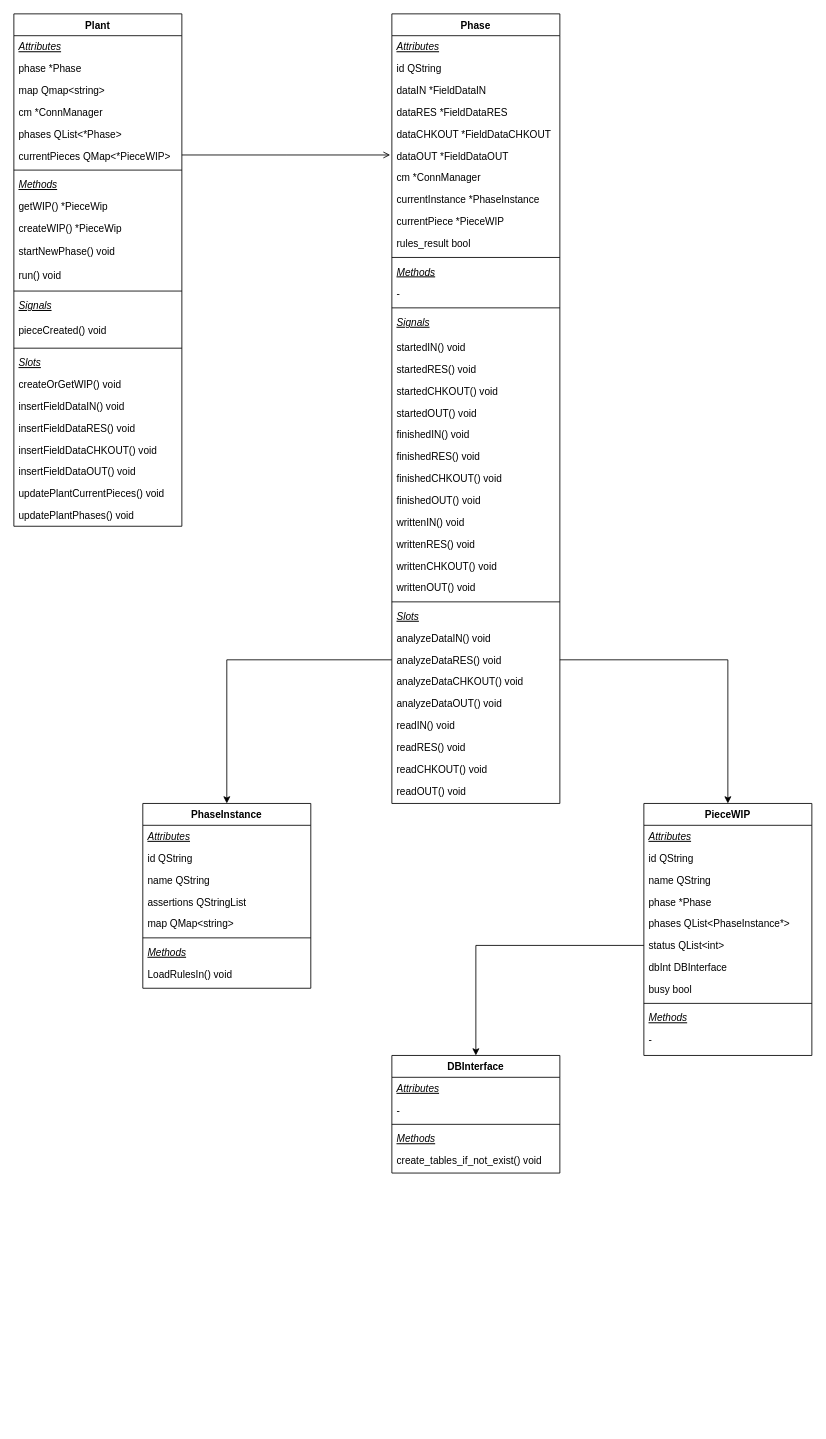
maius91/maius91 keeps this draw.io diagram as Untitled Diagram.drawio. Above is the earlier version. Source tidied: cells renumbered, new cells numbered last; positions are measured from the earlier drawing's top-left corner, leaving out a move shared by most shapes. Both pictures are drawn from the tidied source at 84%, with x=0, y=0 at pixel (13, 13).
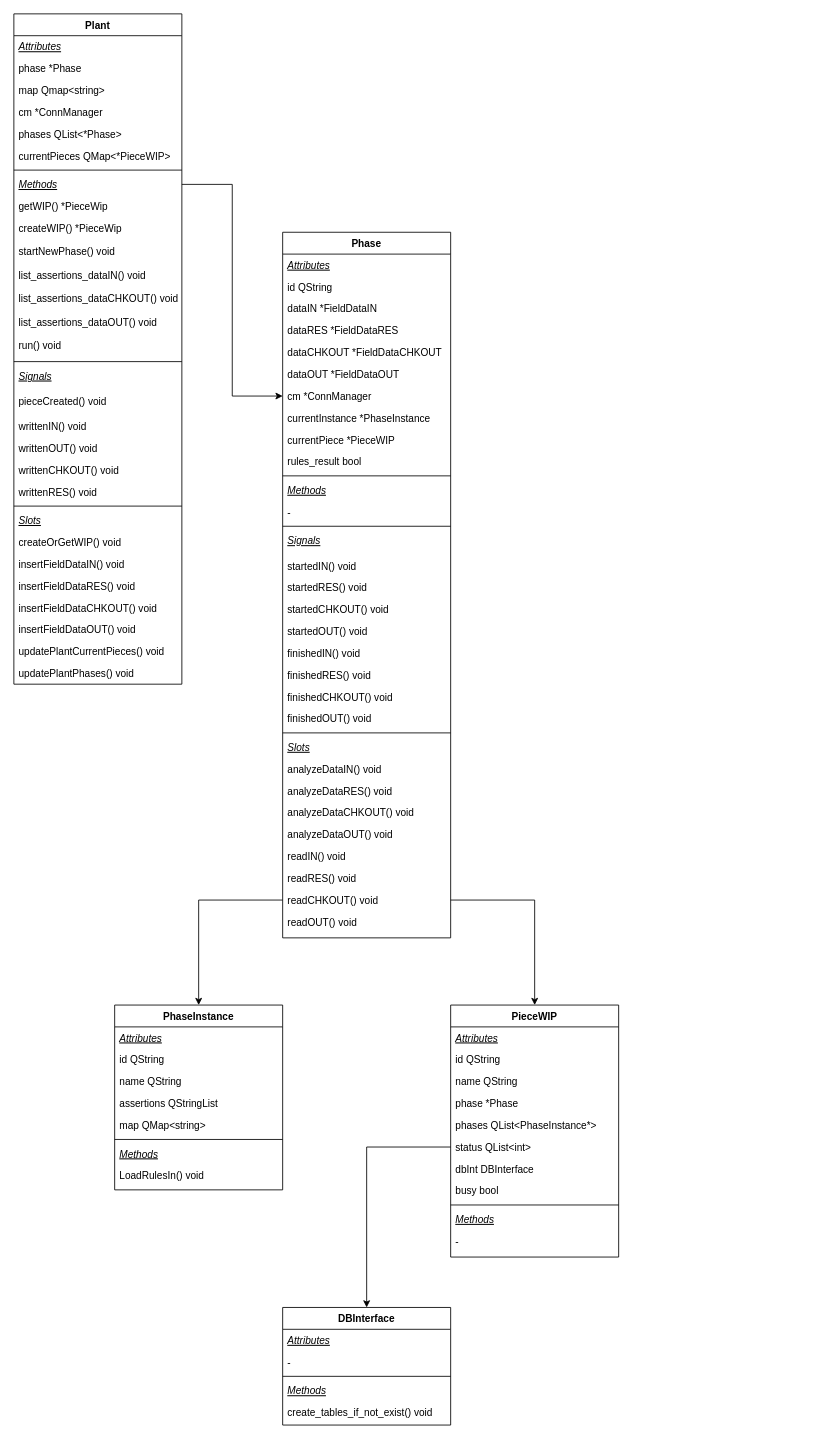
The same diagram, later.

The change refers to these unchanged cells:
```xml
<mxCell id="10" value="Methods" style="text;align=left;verticalAlign=top;spacingLeft=4;spacingRight=4;overflow=hidden;points=[[0,0.5],[1,0.5]];portConstraint=eastwest;fontStyle=6;" parent="2" vertex="1">
  <mxGeometry y="190" width="200" height="26" as="geometry" />
</mxCell>
<mxCell id="35" value="cm *ConnManager" style="text;align=left;verticalAlign=top;spacingLeft=4;spacingRight=4;overflow=hidden;points=[[0,0.5],[1,0.5]];portConstraint=eastwest;rounded=0;shadow=0;html=0;" parent="28" vertex="1">
  <mxGeometry y="182" width="200" height="26" as="geometry" />
</mxCell>
```

What changed in the source:
```diff
@@
     <mxCell id="2" value="Plant" style="swimlane;fontStyle=1;align=center;verticalAlign=top;horizontal=1;startSize=26;rounded=0;shadow=0;strokeWidth=1;" parent="1" vertex="1">
-      <mxGeometry width="200" height="610" as="geometry" />
+      <mxGeometry width="200" height="798" as="geometry" />
     </mxCell>
@@
+    <mxCell id="96" value="list_assertions_dataIN() void" style="text;align=left;verticalAlign=top;spacingLeft=4;spacingRight=4;overflow=hidden;" parent="2" vertex="1">
+      <mxGeometry y="298" width="200" height="28" as="geometry" />
+    </mxCell>
+    <mxCell id="97" value="list_assertions_dataCHKOUT() void" style="text;align=left;verticalAlign=top;spacingLeft=4;spacingRight=4;overflow=hidden;" parent="2" vertex="1">
+      <mxGeometry y="326" width="200" height="28" as="geometry" />
+    </mxCell>
+    <mxCell id="98" value="list_assertions_dataOUT() void" style="text;align=left;verticalAlign=top;spacingLeft=4;spacingRight=4;overflow=hidden;" parent="2" vertex="1">
+      <mxGeometry y="354" width="200" height="28" as="geometry" />
+    </mxCell>
     <mxCell id="14" value="run() void" style="text;align=left;verticalAlign=top;spacingLeft=4;spacingRight=4;overflow=hidden;" parent="2" vertex="1">
-      <mxGeometry y="298" width="200" height="28" as="geometry" />
+      <mxGeometry y="382" width="200" height="28" as="geometry" />
     </mxCell>
     <mxCell id="15" style="line;html=1;strokeWidth=1;align=left;verticalAlign=middle;spacingTop=-1;spacingLeft=3;spacingRight=3;labelPosition=right;" parent="2" vertex="1">
-      <mxGeometry y="326" width="200" height="8" as="geometry" />
+      <mxGeometry y="410" width="200" height="8" as="geometry" />
     </mxCell>
     <mxCell id="16" value="Signals" style="text;align=left;verticalAlign=top;spacingLeft=4;spacingRight=4;overflow=hidden;fontStyle=6;" parent="2" vertex="1">
-      <mxGeometry y="334" width="200" height="30" as="geometry" />
+      <mxGeometry y="418" width="200" height="30" as="geometry" />
     </mxCell>
     <mxCell id="17" value="pieceCreated() void" style="text;align=left;verticalAlign=top;spacingLeft=4;spacingRight=4;overflow=hidden;fontStyle=0;" parent="2" vertex="1">
-      <mxGeometry y="364" width="200" height="30" as="geometry" />
+      <mxGeometry y="448" width="200" height="30" as="geometry" />
     </mxCell>
+    <mxCell id="52" value="writtenIN() void" style="text;align=left;verticalAlign=middle;spacingLeft=4;spacingRight=4;overflow=hidden;fontStyle=0;" parent="2" vertex="1">
+      <mxGeometry y="478" width="200" height="26" as="geometry" />
+    </mxCell>
+    <mxCell id="55" value="writtenOUT() void" style="text;align=left;verticalAlign=middle;spacingLeft=4;spacingRight=4;overflow=hidden;fontStyle=0;" parent="2" vertex="1">
+      <mxGeometry y="504" width="200" height="26" as="geometry" />
+    </mxCell>
+    <mxCell id="54" value="writtenCHKOUT() void" style="text;align=left;verticalAlign=middle;spacingLeft=4;spacingRight=4;overflow=hidden;fontStyle=0;" parent="2" vertex="1">
+      <mxGeometry y="530" width="200" height="26" as="geometry" />
+    </mxCell>
+    <mxCell id="53" value="writtenRES() void" style="text;align=left;verticalAlign=middle;spacingLeft=4;spacingRight=4;overflow=hidden;fontStyle=0;" parent="2" vertex="1">
+      <mxGeometry y="556" width="200" height="26" as="geometry" />
+    </mxCell>
     <mxCell id="18" style="line;html=1;strokeWidth=1;align=left;verticalAlign=middle;spacingTop=-1;spacingLeft=3;spacingRight=3;labelPosition=right;" parent="2" vertex="1">
-      <mxGeometry y="394" width="200" height="8" as="geometry" />
+      <mxGeometry y="582" width="200" height="8" as="geometry" />
     </mxCell>
     <mxCell id="19" value="Slots" style="text;align=left;verticalAlign=top;spacingLeft=4;spacingRight=4;overflow=hidden;fontStyle=6;" parent="2" vertex="1">
-      <mxGeometry y="402" width="200" height="26" as="geometry" />
+      <mxGeometry y="590" width="200" height="26" as="geometry" />
     </mxCell>
     <mxCell id="20" value="createOrGetWIP() void" style="text;align=left;verticalAlign=top;spacingLeft=4;spacingRight=4;overflow=hidden;fontStyle=0;" parent="2" vertex="1">
-      <mxGeometry y="428" width="200" height="26" as="geometry" />
+      <mxGeometry y="616" width="200" height="26" as="geometry" />
     </mxCell>
     <mxCell id="21" value="insertFieldDataIN() void" style="text;align=left;verticalAlign=top;spacingLeft=4;spacingRight=4;overflow=hidden;fontStyle=0;" parent="2" vertex="1">
-      <mxGeometry y="454" width="200" height="26" as="geometry" />
+      <mxGeometry y="642" width="200" height="26" as="geometry" />
     </mxCell>
     <mxCell id="22" value="insertFieldDataRES() void" style="text;align=left;verticalAlign=top;spacingLeft=4;spacingRight=4;overflow=hidden;fontStyle=0;" parent="2" vertex="1">
-      <mxGeometry y="480" width="200" height="26" as="geometry" />
+      <mxGeometry y="668" width="200" height="26" as="geometry" />
     </mxCell>
     <mxCell id="23" value="insertFieldDataCHKOUT() void" style="text;align=left;verticalAlign=top;spacingLeft=4;spacingRight=4;overflow=hidden;fontStyle=0;" parent="2" vertex="1">
-      <mxGeometry y="506" width="200" height="26" as="geometry" />
+      <mxGeometry y="694" width="200" height="26" as="geometry" />
     </mxCell>
     <mxCell id="24" value="insertFieldDataOUT() void" style="text;align=left;verticalAlign=top;spacingLeft=4;spacingRight=4;overflow=hidden;fontStyle=0;" parent="2" vertex="1">
-      <mxGeometry y="532" width="200" height="26" as="geometry" />
+      <mxGeometry y="720" width="200" height="26" as="geometry" />
     </mxCell>
     <mxCell id="25" value="updatePlantCurrentPieces() void" style="text;align=left;verticalAlign=top;spacingLeft=4;spacingRight=4;overflow=hidden;fontStyle=0;" parent="2" vertex="1">
-      <mxGeometry y="558" width="200" height="26" as="geometry" />
+      <mxGeometry y="746" width="200" height="26" as="geometry" />
     </mxCell>
     <mxCell id="26" value="updatePlantPhases() void" style="text;align=left;verticalAlign=top;spacingLeft=4;spacingRight=4;overflow=hidden;fontStyle=0;" parent="2" vertex="1">
-      <mxGeometry y="584" width="200" height="26" as="geometry" />
+      <mxGeometry y="772" width="200" height="26" as="geometry" />
     </mxCell>
-    <mxCell id="27" style="endArrow=open;shadow=0;strokeWidth=1;rounded=0;endFill=1;edgeStyle=elbowEdgeStyle;elbow=vertical;" parent="1" edge="1" source="2">
-      <mxGeometry x="0.5" y="41" relative="1" as="geometry">
-        <mxPoint x="448" y="168" as="targetPoint" />
-        <mxPoint x="-40" y="32" as="offset" />
-      </mxGeometry>
-    </mxCell>
     <mxCell id="28" value="Phase" style="swimlane;fontStyle=1;align=center;verticalAlign=top;horizontal=1;startSize=26;rounded=0;shadow=0;strokeWidth=1;" parent="1" vertex="1">
-      <mxGeometry x="450" width="200" height="940" as="geometry" />
+      <mxGeometry x="320" y="260" width="200" height="840" as="geometry" />
     </mxCell>
@@
-    <mxCell id="52" value="writtenIN() void" style="text;align=left;verticalAlign=middle;spacingLeft=4;spacingRight=4;overflow=hidden;fontStyle=0;" parent="28" vertex="1">
-      <mxGeometry y="592" width="200" height="26" as="geometry" />
-    </mxCell>
-    <mxCell id="53" value="writtenRES() void" style="text;align=left;verticalAlign=middle;spacingLeft=4;spacingRight=4;overflow=hidden;fontStyle=0;" parent="28" vertex="1">
-      <mxGeometry y="618" width="200" height="26" as="geometry" />
-    </mxCell>
-    <mxCell id="54" value="writtenCHKOUT() void" style="text;align=left;verticalAlign=middle;spacingLeft=4;spacingRight=4;overflow=hidden;fontStyle=0;" parent="28" vertex="1">
-      <mxGeometry y="644" width="200" height="26" as="geometry" />
-    </mxCell>
-    <mxCell id="55" value="writtenOUT() void" style="text;align=left;verticalAlign=middle;spacingLeft=4;spacingRight=4;overflow=hidden;fontStyle=0;" parent="28" vertex="1">
-      <mxGeometry y="670" width="200" height="26" as="geometry" />
-    </mxCell>
     <mxCell id="56" style="line;html=1;strokeWidth=1;align=left;verticalAlign=middle;spacingTop=-1;spacingLeft=3;spacingRight=3;labelPosition=right;" parent="28" vertex="1">
-      <mxGeometry y="696" width="200" height="8" as="geometry" />
+      <mxGeometry y="592" width="200" height="8" as="geometry" />
     </mxCell>
     <mxCell id="57" value="Slots" style="text;align=left;verticalAlign=top;spacingLeft=4;spacingRight=4;overflow=hidden;fontStyle=6;" parent="28" vertex="1">
-      <mxGeometry y="704" width="200" height="26" as="geometry" />
+      <mxGeometry y="600" width="200" height="26" as="geometry" />
     </mxCell>
     <mxCell id="58" value="analyzeDataIN() void" style="text;align=left;verticalAlign=top;spacingLeft=4;spacingRight=4;overflow=hidden;fontStyle=0;" parent="28" vertex="1">
-      <mxGeometry y="730" width="200" height="26" as="geometry" />
+      <mxGeometry y="626" width="200" height="26" as="geometry" />
     </mxCell>
     <mxCell id="59" value="analyzeDataRES() void" style="text;align=left;verticalAlign=top;spacingLeft=4;spacingRight=4;overflow=hidden;points=[[0,0.5],[1,0.5]];portConstraint=eastwest;fontStyle=0;" parent="28" vertex="1">
-      <mxGeometry y="756" width="200" height="26" as="geometry" />
+      <mxGeometry y="652" width="200" height="26" as="geometry" />
     </mxCell>
     <mxCell id="60" value="analyzeDataCHKOUT() void" style="text;align=left;verticalAlign=top;spacingLeft=4;spacingRight=4;overflow=hidden;fontStyle=0;" parent="28" vertex="1">
-      <mxGeometry y="782" width="200" height="26" as="geometry" />
+      <mxGeometry y="678" width="200" height="26" as="geometry" />
     </mxCell>
     <mxCell id="61" value="analyzeDataOUT() void" style="text;align=left;verticalAlign=top;spacingLeft=4;spacingRight=4;overflow=hidden;fontStyle=0;" parent="28" vertex="1">
-      <mxGeometry y="808" width="200" height="26" as="geometry" />
+      <mxGeometry y="704" width="200" height="26" as="geometry" />
     </mxCell>
     <mxCell id="62" value="readIN() void" style="text;align=left;verticalAlign=top;spacingLeft=4;spacingRight=4;overflow=hidden;fontStyle=0;" parent="28" vertex="1">
-      <mxGeometry y="834" width="200" height="26" as="geometry" />
+      <mxGeometry y="730" width="200" height="26" as="geometry" />
     </mxCell>
     <mxCell id="63" value="readRES() void" style="text;align=left;verticalAlign=top;spacingLeft=4;spacingRight=4;overflow=hidden;fontStyle=0;" parent="28" vertex="1">
-      <mxGeometry y="860" width="200" height="26" as="geometry" />
+      <mxGeometry y="756" width="200" height="26" as="geometry" />
     </mxCell>
     <mxCell id="64" value="readCHKOUT() void" style="text;align=left;verticalAlign=top;spacingLeft=4;spacingRight=4;overflow=hidden;points=[[0,0.5],[1,0.5]];portConstraint=eastwest;fontStyle=0;" parent="28" vertex="1">
-      <mxGeometry y="886" width="200" height="26" as="geometry" />
+      <mxGeometry y="782" width="200" height="26" as="geometry" />
     </mxCell>
     <mxCell id="65" value="readOUT() void" style="text;align=left;verticalAlign=top;spacingLeft=4;spacingRight=4;overflow=hidden;fontStyle=0;" parent="28" vertex="1">
-      <mxGeometry y="912" width="200" height="26" as="geometry" />
+      <mxGeometry y="808" width="200" height="26" as="geometry" />
     </mxCell>
     <mxCell id="66" value="PhaseInstance" style="swimlane;fontStyle=1;align=center;verticalAlign=top;horizontal=1;startSize=26;rounded=0;shadow=0;strokeWidth=1;" parent="1" vertex="1">
-      <mxGeometry x="153.5" y="940" width="200" height="220" as="geometry" />
+      <mxGeometry x="120" y="1180" width="200" height="220" as="geometry" />
     </mxCell>
@@
     <mxCell id="75" value="PieceWIP" style="swimlane;fontStyle=1;align=center;verticalAlign=top;horizontal=1;startSize=26;rounded=0;shadow=0;strokeWidth=1;" parent="1" vertex="1">
-      <mxGeometry x="750" y="940" width="200" height="300" as="geometry" />
+      <mxGeometry x="520" y="1180" width="200" height="300" as="geometry" />
     </mxCell>
@@
-    <mxCell id="87" style="edgeStyle=orthogonalEdgeStyle;rounded=0;jettySize=auto;html=1;exitX=0;exitY=0.5;exitDx=0;exitDy=0;entryX=0.5;entryY=0;entryDx=0;entryDy=0;" parent="1" edge="1" source="59" target="66">
+    <mxCell id="87" style="edgeStyle=orthogonalEdgeStyle;rounded=0;jettySize=auto;html=1;exitX=0;exitY=0.5;exitDx=0;exitDy=0;entryX=0.5;entryY=0;entryDx=0;entryDy=0;" parent="1" edge="1" source="64" target="66">
       <mxGeometry relative="1" as="geometry" />
     </mxCell>
-    <mxCell id="88" style="edgeStyle=orthogonalEdgeStyle;rounded=0;jettySize=auto;html=1;exitX=1;exitY=0.5;exitDx=0;exitDy=0;entryX=0.5;entryY=0;entryDx=0;entryDy=0;" parent="1" edge="1" source="59" target="75">
+    <mxCell id="88" style="edgeStyle=orthogonalEdgeStyle;rounded=0;jettySize=auto;html=1;exitX=1;exitY=0.5;exitDx=0;exitDy=0;entryX=0.5;entryY=0;entryDx=0;entryDy=0;" parent="1" edge="1" source="64" target="75">
       <mxGeometry relative="1" as="geometry" />
     </mxCell>
     <mxCell id="89" value="DBInterface" style="swimlane;fontStyle=1;align=center;verticalAlign=top;horizontal=1;startSize=26;rounded=0;shadow=0;strokeWidth=1;" parent="1" vertex="1">
-      <mxGeometry x="450" y="1240" width="200" height="140" as="geometry" />
+      <mxGeometry x="320" y="1540" width="200" height="140" as="geometry" />
     </mxCell>
@@
+    <mxCell id="99" style="edgeStyle=orthogonalEdgeStyle;rounded=0;jettySize=auto;html=1;exitX=1;exitY=0.5;exitDx=0;exitDy=0;entryX=0;entryY=0.5;entryDx=0;entryDy=0;" parent="1" edge="1" source="10" target="35">
+      <mxGeometry relative="1" as="geometry" />
+    </mxCell>
```
